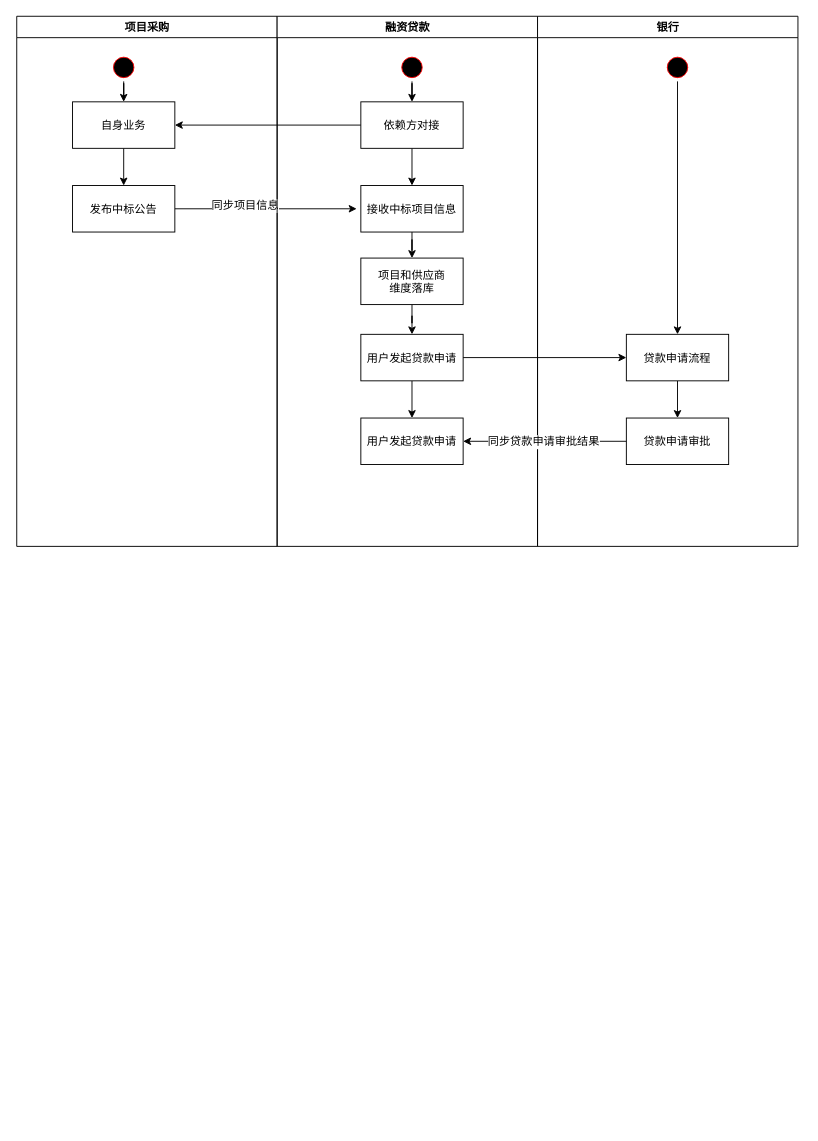
guanerzhengzheng/draw.io keeps this draw.io diagram as 合同贷流程图.drawio. Above is the earlier version. Source tidied: cells renumbered, new cells numbered last; positions are measured from the earlier drawing's top-left corner, leaving out a move shared by most shapes. Both pictures are drawn from the tidied source at 93%, with x=0, y=0 at pixel (16, 16).
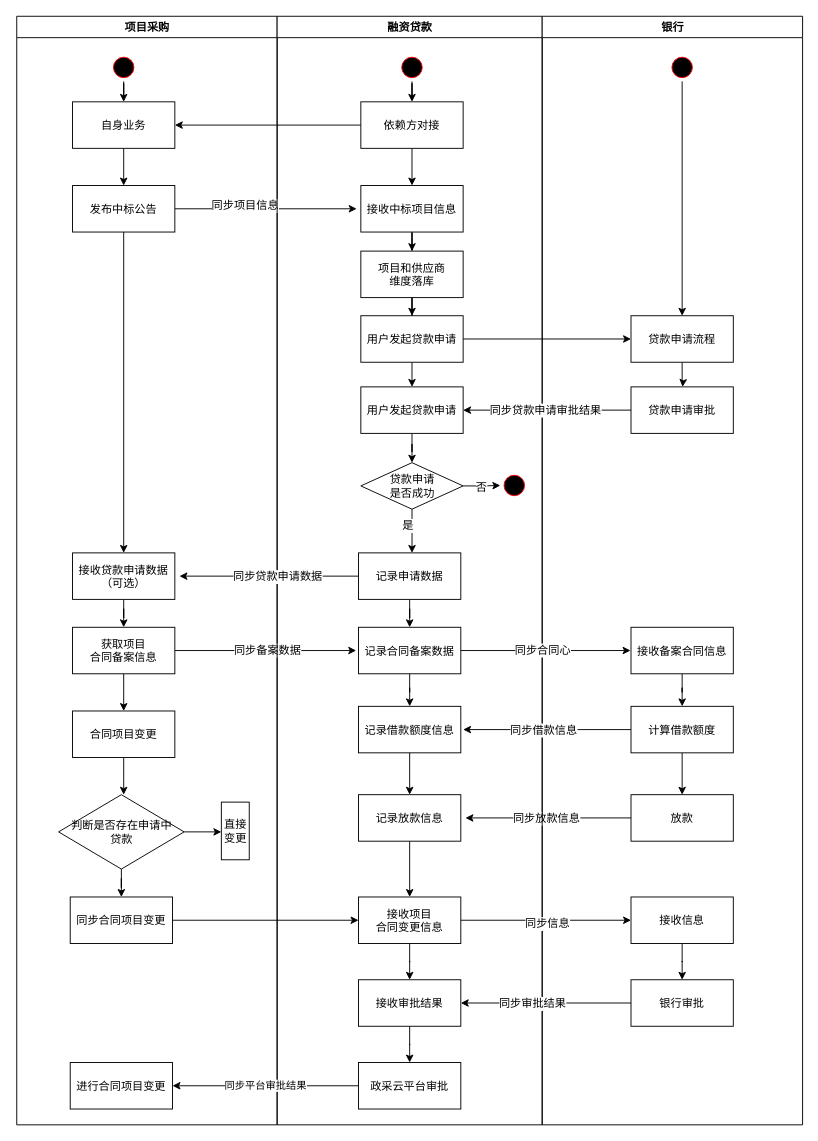
The same diagram, later.

Commit message (it also covers changes not shown here):
更新合同贷流程图.drawio

Unchanged cells that the change refers to:
```xml
<mxCell id="9" value="发布中标公告" parent="2" vertex="1">
  <mxGeometry x="60" y="182" width="110" height="50" as="geometry" />
</mxCell>
```

The edit, as a diff of the source:
```diff
@@
     <mxCell id="2" value="项目采购" style="swimlane;whiteSpace=wrap;" parent="1" vertex="1">
-      <mxGeometry x="0.5" width="280" height="570" as="geometry" />
+      <mxGeometry x="0.5" width="280" height="1192" as="geometry" />
     </mxCell>
@@
+    <mxCell id="32" style="edgeStyle=orthogonalEdgeStyle;rounded=0;jettySize=auto;html=1;" parent="2" edge="1" source="9" target="34">
+      <mxGeometry relative="1" as="geometry" />
+    </mxCell>
@@
+    <mxCell id="33" style="edgeStyle=orthogonalEdgeStyle;rounded=0;jettySize=auto;html=1;" parent="2" edge="1" source="34" target="38">
+      <mxGeometry relative="1" as="geometry" />
+    </mxCell>
+    <mxCell id="34" value="接收贷款申请数据&#10;（可选）" parent="2" vertex="1">
+      <mxGeometry x="60" y="577" width="110" height="50" as="geometry" />
+    </mxCell>
+    <mxCell id="35" style="edgeStyle=orthogonalEdgeStyle;rounded=0;jettySize=auto;html=1;" parent="2" edge="1" source="38">
+      <mxGeometry relative="1" as="geometry">
+        <mxPoint x="365" y="682" as="targetPoint" />
+      </mxGeometry>
+    </mxCell>
+    <mxCell id="36" value="&lt;span&gt;同步备案数据&lt;/span&gt;&lt;br&gt;" style="text;html=1;align=center;verticalAlign=middle;labelBackgroundColor=#ffffff;" parent="35" vertex="1">
+      <mxGeometry x="0.02" y="1" relative="1" as="geometry" />
+    </mxCell>
+    <mxCell id="37" style="edgeStyle=orthogonalEdgeStyle;rounded=0;jettySize=auto;html=1;" parent="2" edge="1" source="38" target="40">
+      <mxGeometry relative="1" as="geometry" />
+    </mxCell>
+    <mxCell id="38" value="获取项目&#10;合同备案信息" parent="2" vertex="1">
+      <mxGeometry x="60" y="657" width="110" height="50" as="geometry" />
+    </mxCell>
+    <mxCell id="39" style="edgeStyle=orthogonalEdgeStyle;rounded=0;jettySize=auto;html=1;" parent="2" edge="1" source="40">
+      <mxGeometry relative="1" as="geometry">
+        <mxPoint x="115" y="837" as="targetPoint" />
+      </mxGeometry>
+    </mxCell>
+    <mxCell id="40" value="合同项目变更" parent="2" vertex="1">
+      <mxGeometry x="60" y="747" width="110" height="50" as="geometry" />
+    </mxCell>
+    <mxCell id="41" style="edgeStyle=orthogonalEdgeStyle;rounded=0;jettySize=auto;html=1;" parent="2" edge="1" source="43" target="44">
+      <mxGeometry relative="1" as="geometry" />
+    </mxCell>
+    <mxCell id="42" style="edgeStyle=orthogonalEdgeStyle;rounded=0;jettySize=auto;html=1;" parent="2" edge="1" source="43">
+      <mxGeometry relative="1" as="geometry">
+        <mxPoint x="220" y="877" as="targetPoint" />
+      </mxGeometry>
+    </mxCell>
+    <mxCell id="43" value="判断是否存在申请中&lt;br&gt;贷款&lt;br&gt;" style="rhombus;whiteSpace=wrap;html=1;" parent="2" vertex="1">
+      <mxGeometry x="45" y="837" width="135" height="80" as="geometry" />
+    </mxCell>
+    <mxCell id="44" value="同步合同项目变更" parent="2" vertex="1">
+      <mxGeometry x="57.5" y="947" width="110" height="50" as="geometry" />
+    </mxCell>
+    <mxCell id="45" value="直接变更" style="rounded=0;whiteSpace=wrap;html=1;" parent="2" vertex="1">
+      <mxGeometry x="220" y="845" width="30" height="62" as="geometry" />
+    </mxCell>
+    <mxCell id="46" value="进行合同项目变更" parent="2" vertex="1">
+      <mxGeometry x="57.5" y="1125" width="110" height="50" as="geometry" />
+    </mxCell>
     <mxCell id="10" value="融资贷款" style="swimlane;whiteSpace=wrap;" parent="1" vertex="1">
-      <mxGeometry x="280.5" width="280" height="570" as="geometry" />
+      <mxGeometry x="280.5" width="285" height="1192" as="geometry" />
     </mxCell>
@@
     <mxCell id="18" value="&#10;项目和供应商&#10;维度落库&#10;" parent="10" vertex="1">
-      <mxGeometry x="90" y="260" width="110" height="50" as="geometry" />
+      <mxGeometry x="90" y="252.5" width="110" height="50" as="geometry" />
     </mxCell>
-    <mxCell id="19" style="edgeStyle=orthogonalEdgeStyle;rounded=0;jettySize=auto;html=1;" parent="10" edge="1" source="20" target="21">
-      <mxGeometry relative="1" as="geometry" />
+    <mxCell id="19" style="edgeStyle=orthogonalEdgeStyle;rounded=0;jettySize=auto;html=1;" parent="10" edge="1" source="20">
+      <mxGeometry relative="1" as="geometry">
+        <mxPoint x="145" y="398.5" as="targetPoint" />
+      </mxGeometry>
     </mxCell>
     <mxCell id="20" value="用户发起贷款申请" parent="10" vertex="1">
-      <mxGeometry x="90" y="342" width="110" height="50" as="geometry" />
+      <mxGeometry x="90" y="322" width="110" height="50" as="geometry" />
     </mxCell>
     <mxCell id="21" value="用户发起贷款申请" parent="10" vertex="1">
-      <mxGeometry x="90" y="432" width="110" height="50" as="geometry" />
+      <mxGeometry x="90" y="398.5" width="110" height="50" as="geometry" />
     </mxCell>
+    <mxCell id="47" style="ellipse;shape=startState;fillColor=#000000;strokeColor=#ff0000;" parent="10" vertex="1">
+      <mxGeometry x="240" y="489.5" width="30" height="30" as="geometry" />
+    </mxCell>
+    <mxCell id="48" style="edgeStyle=orthogonalEdgeStyle;rounded=0;jettySize=auto;html=1;" parent="10" edge="1" source="51">
+      <mxGeometry relative="1" as="geometry">
+        <mxPoint x="-105" y="602" as="targetPoint" />
+      </mxGeometry>
+    </mxCell>
+    <mxCell id="49" value="同步贷款申请数据" style="text;html=1;align=center;verticalAlign=middle;labelBackgroundColor=#ffffff;" parent="48" vertex="1">
+      <mxGeometry x="0.31" y="2" relative="1" as="geometry">
+        <mxPoint x="38" y="-2" as="offset" />
+      </mxGeometry>
+    </mxCell>
+    <mxCell id="50" style="edgeStyle=orthogonalEdgeStyle;rounded=0;jettySize=auto;html=1;" parent="10" edge="1" source="51" target="52">
+      <mxGeometry relative="1" as="geometry" />
+    </mxCell>
+    <mxCell id="51" value="记录申请数据" parent="10" vertex="1">
+      <mxGeometry x="87.5" y="577" width="110" height="50" as="geometry" />
+    </mxCell>
+    <mxCell id="52" value="记录合同备案数据" parent="10" vertex="1">
+      <mxGeometry x="87.5" y="657" width="110" height="50" as="geometry" />
+    </mxCell>
+    <mxCell id="53" style="edgeStyle=orthogonalEdgeStyle;rounded=0;jettySize=auto;html=1;" parent="10" edge="1" source="54" target="56">
+      <mxGeometry relative="1" as="geometry" />
+    </mxCell>
+    <mxCell id="54" value="记录放款信息" parent="10" vertex="1">
+      <mxGeometry x="87.5" y="837" width="110" height="50" as="geometry" />
+    </mxCell>
+    <mxCell id="55" style="edgeStyle=orthogonalEdgeStyle;rounded=0;jettySize=auto;html=1;" parent="10" edge="1" source="56" target="60">
+      <mxGeometry relative="1" as="geometry" />
+    </mxCell>
+    <mxCell id="56" value="接收项目&#10;合同变更信息" parent="10" vertex="1">
+      <mxGeometry x="87.5" y="947" width="110" height="50" as="geometry" />
+    </mxCell>
+    <mxCell id="57" style="edgeStyle=orthogonalEdgeStyle;rounded=0;orthogonalLoop=1;jettySize=auto;html=1;entryX=1;entryY=0.5;entryDx=0;entryDy=0;" parent="10" edge="1">
+      <mxGeometry relative="1" as="geometry">
+        <mxPoint x="383" y="862" as="sourcePoint" />
+        <mxPoint x="202.5" y="862" as="targetPoint" />
+      </mxGeometry>
+    </mxCell>
+    <mxCell id="58" value="同步放款信息" style="text;html=1;align=center;verticalAlign=middle;labelBackgroundColor=#ffffff;" parent="57" vertex="1">
+      <mxGeometry x="0.18" y="2" relative="1" as="geometry">
+        <mxPoint x="11.5" y="-2" as="offset" />
+      </mxGeometry>
+    </mxCell>
+    <mxCell id="59" style="edgeStyle=orthogonalEdgeStyle;rounded=0;jettySize=auto;html=1;" parent="10" edge="1" source="60" target="61">
+      <mxGeometry relative="1" as="geometry" />
+    </mxCell>
+    <mxCell id="60" value="接收审批结果" parent="10" vertex="1">
+      <mxGeometry x="87.5" y="1036" width="110" height="50" as="geometry" />
+    </mxCell>
+    <mxCell id="61" value="政采云平台审批" parent="10" vertex="1">
+      <mxGeometry x="87.5" y="1125" width="110" height="50" as="geometry" />
+    </mxCell>
     <mxCell id="22" value="银行" style="swimlane;whiteSpace=wrap;" parent="1" vertex="1">
-      <mxGeometry x="560.5" width="280" height="570" as="geometry" />
+      <mxGeometry x="565.5" width="280" height="1192" as="geometry" />
     </mxCell>
-    <mxCell id="23" style="edgeStyle=orthogonalEdgeStyle;rounded=0;jettySize=auto;html=1;" parent="22" edge="1" source="24" target="25">
-      <mxGeometry relative="1" as="geometry" />
+    <mxCell id="23" style="edgeStyle=orthogonalEdgeStyle;rounded=0;jettySize=auto;html=1;" parent="22" edge="1" source="24">
+      <mxGeometry relative="1" as="geometry">
+        <mxPoint x="151" y="398.5" as="targetPoint" />
+      </mxGeometry>
     </mxCell>
     <mxCell id="24" value="贷款申请流程" parent="22" vertex="1">
-      <mxGeometry x="95.5" y="342" width="110" height="50" as="geometry" />
+      <mxGeometry x="95.5" y="322" width="110" height="50" as="geometry" />
     </mxCell>
     <mxCell id="25" value="贷款申请审批" parent="22" vertex="1">
-      <mxGeometry x="95.5" y="432" width="110" height="50" as="geometry" />
+      <mxGeometry x="95.5" y="398.5" width="110" height="50" as="geometry" />
     </mxCell>
@@
+    <mxCell id="62" style="edgeStyle=orthogonalEdgeStyle;rounded=0;jettySize=auto;html=1;" parent="22" edge="1" source="63" target="72">
+      <mxGeometry relative="1" as="geometry" />
+    </mxCell>
+    <mxCell id="63" value="接收备案合同信息" parent="22" vertex="1">
+      <mxGeometry x="95.5" y="657" width="110" height="50" as="geometry" />
+    </mxCell>
+    <mxCell id="64" value="放款" parent="22" vertex="1">
+      <mxGeometry x="95.5" y="837" width="110" height="50" as="geometry" />
+    </mxCell>
+    <mxCell id="65" style="edgeStyle=orthogonalEdgeStyle;rounded=0;jettySize=auto;html=1;" parent="22" edge="1" source="66" target="67">
+      <mxGeometry relative="1" as="geometry" />
+    </mxCell>
+    <mxCell id="66" value="接收信息" parent="22" vertex="1">
+      <mxGeometry x="95.5" y="947" width="110" height="50" as="geometry" />
+    </mxCell>
+    <mxCell id="67" value="银行审批" parent="22" vertex="1">
+      <mxGeometry x="95.5" y="1036" width="110" height="50" as="geometry" />
+    </mxCell>
+    <mxCell id="68" value="记录借款额度信息" parent="22" vertex="1">
+      <mxGeometry x="-197.5" y="742" width="110" height="50" as="geometry" />
+    </mxCell>
+    <mxCell id="69" style="edgeStyle=orthogonalEdgeStyle;rounded=0;orthogonalLoop=1;jettySize=auto;html=1;entryX=1;entryY=0.5;entryDx=0;entryDy=0;" parent="22" edge="1">
+      <mxGeometry relative="1" as="geometry">
+        <mxPoint x="95.5" y="767" as="sourcePoint" />
+        <mxPoint x="-85" y="767" as="targetPoint" />
+      </mxGeometry>
+    </mxCell>
+    <mxCell id="70" value="同步借款信息" style="text;html=1;align=center;verticalAlign=middle;labelBackgroundColor=#ffffff;" parent="69" vertex="1">
+      <mxGeometry x="0.18" y="2" relative="1" as="geometry">
+        <mxPoint x="11.5" y="-2" as="offset" />
+      </mxGeometry>
+    </mxCell>
+    <mxCell id="71" style="edgeStyle=orthogonalEdgeStyle;rounded=0;jettySize=auto;html=1;" parent="22" edge="1" source="72" target="64">
+      <mxGeometry relative="1" as="geometry" />
+    </mxCell>
+    <mxCell id="72" value="计算借款额度" parent="22" vertex="1">
+      <mxGeometry x="95.5" y="742" width="110" height="50" as="geometry" />
+    </mxCell>
@@
+    <mxCell id="73" style="edgeStyle=orthogonalEdgeStyle;rounded=0;jettySize=auto;html=1;entryX=0;entryY=0.5;entryDx=0;entryDy=0;" parent="1" edge="1" source="77" target="47">
+      <mxGeometry relative="1" as="geometry" />
+    </mxCell>
+    <mxCell id="74" value="否" style="text;html=1;align=center;verticalAlign=middle;labelBackgroundColor=#ffffff;" parent="73" vertex="1">
+      <mxGeometry x="-0.07" y="-1" relative="1" as="geometry" />
+    </mxCell>
+    <mxCell id="75" style="edgeStyle=orthogonalEdgeStyle;rounded=0;jettySize=auto;html=1;entryX=0.523;entryY=0;entryDx=0;entryDy=0;entryPerimeter=0;" parent="1" edge="1" source="77" target="51">
+      <mxGeometry relative="1" as="geometry" />
+    </mxCell>
+    <mxCell id="76" value="是" style="text;html=1;align=center;verticalAlign=middle;labelBackgroundColor=#ffffff;" parent="75" vertex="1">
+      <mxGeometry x="-0.25" y="-3" relative="1" as="geometry">
+        <mxPoint x="-2.5" as="offset" />
+      </mxGeometry>
+    </mxCell>
+    <mxCell id="77" value="贷款申请&lt;br&gt;是否成功" style="rhombus;whiteSpace=wrap;html=1;" parent="1" vertex="1">
+      <mxGeometry x="370.5" y="480" width="110" height="50" as="geometry" />
+    </mxCell>
+    <mxCell id="78" style="edgeStyle=orthogonalEdgeStyle;rounded=0;jettySize=auto;html=1;" parent="1" edge="1" source="52">
+      <mxGeometry relative="1" as="geometry">
+        <mxPoint x="660.5" y="682" as="targetPoint" />
+        <Array as="points">
+          <mxPoint x="660.5" y="682" />
+          <mxPoint x="660.5" y="682" />
+        </Array>
+      </mxGeometry>
+    </mxCell>
+    <mxCell id="79" value="同步合同心" style="text;html=1;align=center;verticalAlign=middle;labelBackgroundColor=#ffffff;" parent="78" vertex="1">
+      <mxGeometry x="-0.05" y="1" relative="1" as="geometry" />
+    </mxCell>
+    <mxCell id="80" style="edgeStyle=orthogonalEdgeStyle;rounded=0;jettySize=auto;html=1;entryX=0;entryY=0.5;entryDx=0;entryDy=0;" parent="1" edge="1" source="44" target="56">
+      <mxGeometry relative="1" as="geometry" />
+    </mxCell>
+    <mxCell id="81" style="edgeStyle=orthogonalEdgeStyle;rounded=0;jettySize=auto;html=1;" parent="1" edge="1" source="56" target="66">
+      <mxGeometry relative="1" as="geometry" />
+    </mxCell>
+    <mxCell id="82" value="同步信息" style="text;html=1;align=center;verticalAlign=middle;labelBackgroundColor=#ffffff;" parent="81" vertex="1">
+      <mxGeometry x="0.01" y="-3" relative="1" as="geometry" />
+    </mxCell>
+    <mxCell id="83" style="edgeStyle=orthogonalEdgeStyle;rounded=0;jettySize=auto;html=1;entryX=1;entryY=0.5;entryDx=0;entryDy=0;" parent="1" edge="1" source="67" target="60">
+      <mxGeometry relative="1" as="geometry" />
+    </mxCell>
+    <mxCell id="84" value="同步审批结果" style="text;html=1;align=center;verticalAlign=middle;labelBackgroundColor=#ffffff;" parent="83" vertex="1">
+      <mxGeometry x="0.18" relative="1" as="geometry">
+        <mxPoint x="1" as="offset" />
+      </mxGeometry>
+    </mxCell>
+    <mxCell id="85" value="同步平台审批结果" style="edgeStyle=orthogonalEdgeStyle;rounded=0;jettySize=auto;html=1;entryX=1;entryY=0.5;entryDx=0;entryDy=0;" parent="1" edge="1" source="61" target="46">
+      <mxGeometry relative="1" as="geometry" />
+    </mxCell>
+    <mxCell id="86" style="edgeStyle=orthogonalEdgeStyle;rounded=0;jettySize=auto;html=1;" parent="1" edge="1" source="21" target="77">
+      <mxGeometry relative="1" as="geometry" />
+    </mxCell>
+    <mxCell id="87" style="edgeStyle=orthogonalEdgeStyle;rounded=0;jettySize=auto;html=1;" parent="1" edge="1" source="52" target="68">
+      <mxGeometry relative="1" as="geometry" />
+    </mxCell>
+    <mxCell id="88" style="edgeStyle=orthogonalEdgeStyle;rounded=0;jettySize=auto;html=1;" parent="1" edge="1" source="68" target="54">
+      <mxGeometry relative="1" as="geometry" />
+    </mxCell>
```
